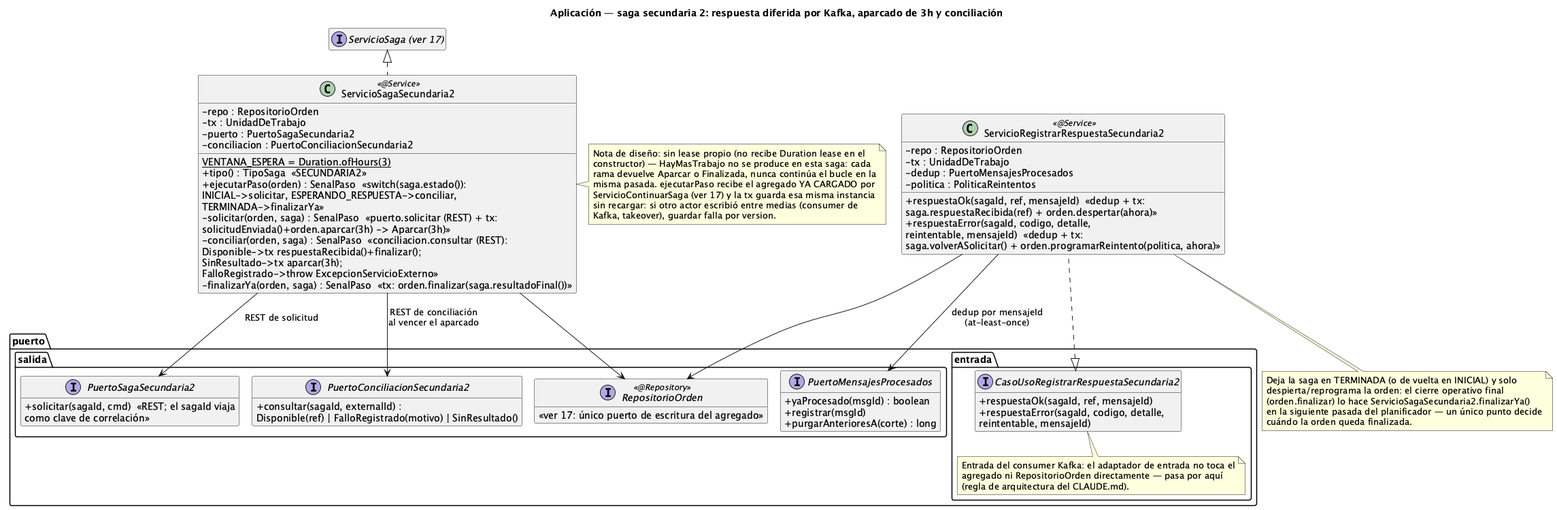
Earlier version of the PlantUML export order-manager/docs/20-clases-aplicacion-saga-secundaria2.png (ralcazar/patrones).
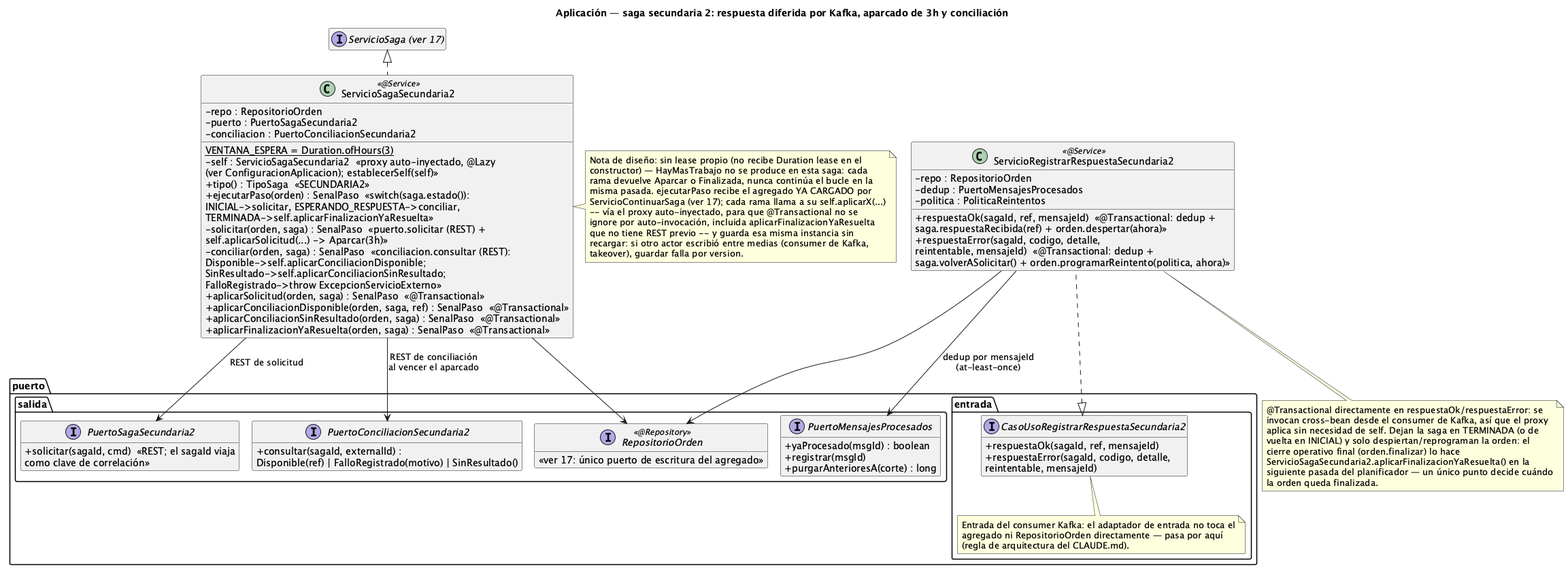
Later version of the same file.

The edit, as a diff of the source:
```diff
@@ -1,4 +1,5 @@
 @startuml 20-clases-aplicacion-saga-secundaria2
+!pragma layout smetana
 title Aplicación — saga secundaria 2: respuesta diferida por Kafka, aparcado de 3h y conciliación
 !pragma layout smetana
 hide empty members
@@ -21,39 +22,47 @@
 class ServicioSagaSecundaria2 <<@Service>> {
   {static} VENTANA_ESPERA = Duration.ofHours(3)
   -repo : RepositorioOrden
-  -tx : UnidadDeTrabajo
   -puerto : PuertoSagaSecundaria2
   -conciliacion : PuertoConciliacionSecundaria2
+  -self : ServicioSagaSecundaria2  «proxy auto-inyectado, @Lazy\n(ver ConfiguracionAplicacion); establecerSelf(self)»
   +tipo() : TipoSaga  «SECUNDARIA2»
-  +ejecutarPaso(orden) : SenalPaso  «switch(saga.estado()):\nINICIAL->solicitar, ESPERANDO_RESPUESTA->conciliar,\nTERMINADA->finalizarYa»
-  -solicitar(orden, saga) : SenalPaso  «puerto.solicitar (REST) + tx:\nsolicitudEnviada()+orden.aparcar(3h) -> Aparcar(3h)»
-  -conciliar(orden, saga) : SenalPaso  «conciliacion.consultar (REST):\nDisponible->tx respuestaRecibida()+finalizar();\nSinResultado->tx aparcar(3h);\nFalloRegistrado->throw ExcepcionServicioExterno»
-  -finalizarYa(orden, saga) : SenalPaso  «tx: orden.finalizar(saga.resultadoFinal())»
+  +ejecutarPaso(orden) : SenalPaso  «switch(saga.estado()):\nINICIAL->solicitar, ESPERANDO_RESPUESTA->conciliar,\nTERMINADA->self.aplicarFinalizacionYaResuelta»
+  -solicitar(orden, saga) : SenalPaso  «puerto.solicitar (REST) +\nself.aplicarSolicitud(...) -> Aparcar(3h)»
+  -conciliar(orden, saga) : SenalPaso  «conciliacion.consultar (REST):\nDisponible->self.aplicarConciliacionDisponible;\nSinResultado->self.aplicarConciliacionSinResultado;\nFalloRegistrado->throw ExcepcionServicioExterno»
+  +aplicarSolicitud(orden, saga) : SenalPaso  «@Transactional»
+  +aplicarConciliacionDisponible(orden, saga, ref) : SenalPaso  «@Transactional»
+  +aplicarConciliacionSinResultado(orden, saga) : SenalPaso  «@Transactional»
+  +aplicarFinalizacionYaResuelta(orden, saga) : SenalPaso  «@Transactional»
 }
 note right of ServicioSagaSecundaria2
   Nota de diseño: sin lease propio (no recibe Duration lease en el
   constructor) — HayMasTrabajo no se produce en esta saga: cada
   rama devuelve Aparcar o Finalizada, nunca continúa el bucle en la
   misma pasada. ejecutarPaso recibe el agregado YA CARGADO por
-  ServicioContinuarSaga (ver 17) y la tx guarda esa misma instancia
-  sin recargar: si otro actor escribió entre medias (consumer de
-  Kafka, takeover), guardar falla por version.
+  ServicioContinuarSaga (ver 17); cada rama llama a su self.aplicarX(...)
+  -- vía el proxy auto-inyectado, para que @Transactional no se
+  ignore por auto-invocación, incluida aplicarFinalizacionYaResuelta
+  que no tiene REST previo -- y guarda esa misma instancia sin
+  recargar: si otro actor escribió entre medias (consumer de Kafka,
+  takeover), guardar falla por version.
 end note
 
 class ServicioRegistrarRespuestaSecundaria2 <<@Service>> {
   -repo : RepositorioOrden
-  -tx : UnidadDeTrabajo
   -dedup : PuertoMensajesProcesados
   -politica : PoliticaReintentos
-  +respuestaOk(sagaId, ref, mensajeId)  «dedup + tx:\nsaga.respuestaRecibida(ref) + orden.despertar(ahora)»
-  +respuestaError(sagaId, codigo, detalle,\nreintentable, mensajeId)  «dedup + tx:\nsaga.volverASolicitar() + orden.programarReintento(politica, ahora)»
+  +respuestaOk(sagaId, ref, mensajeId)  «@Transactional: dedup +\nsaga.respuestaRecibida(ref) + orden.despertar(ahora)»
+  +respuestaError(sagaId, codigo, detalle,\nreintentable, mensajeId)  «@Transactional: dedup +\nsaga.volverASolicitar() + orden.programarReintento(politica, ahora)»
 }
 note bottom of ServicioRegistrarRespuestaSecundaria2
-  Deja la saga en TERMINADA (o de vuelta en INICIAL) y solo
-  despierta/reprograma la orden: el cierre operativo final
-  (orden.finalizar) lo hace ServicioSagaSecundaria2.finalizarYa()
-  en la siguiente pasada del planificador — un único punto decide
-  cuándo la orden queda finalizada.
+  @Transactional directamente en respuestaOk/respuestaError: se
+  invocan cross-bean desde el consumer de Kafka, así que el proxy
+  aplica sin necesidad de self. Dejan la saga en TERMINADA (o de
+  vuelta en INICIAL) y solo despiertan/reprograman la orden: el
+  cierre operativo final (orden.finalizar) lo hace
+  ServicioSagaSecundaria2.aplicarFinalizacionYaResuelta() en la
+  siguiente pasada del planificador — un único punto decide cuándo
+  la orden queda finalizada.
 end note
 
 package "puerto.salida" {
```
